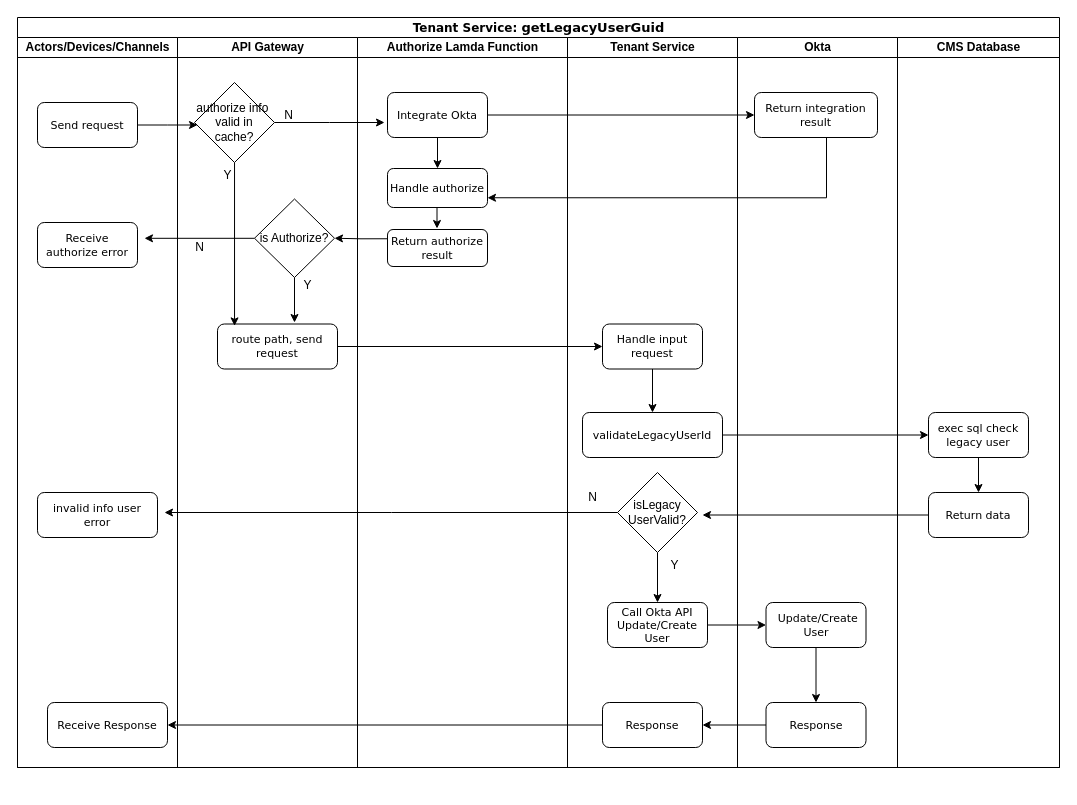
Before: DispatchTenant4.drawio in dieunguyen2003/deploycode, a draw.io diagram. Source tidied: cells renumbered, new cells numbered last; positions are measured from the earlier drawing's top-left corner, leaving out a move shared by most shapes. Both pictures are drawn from the tidied source at 100%, with x=0, y=0 at pixel (17, 17).
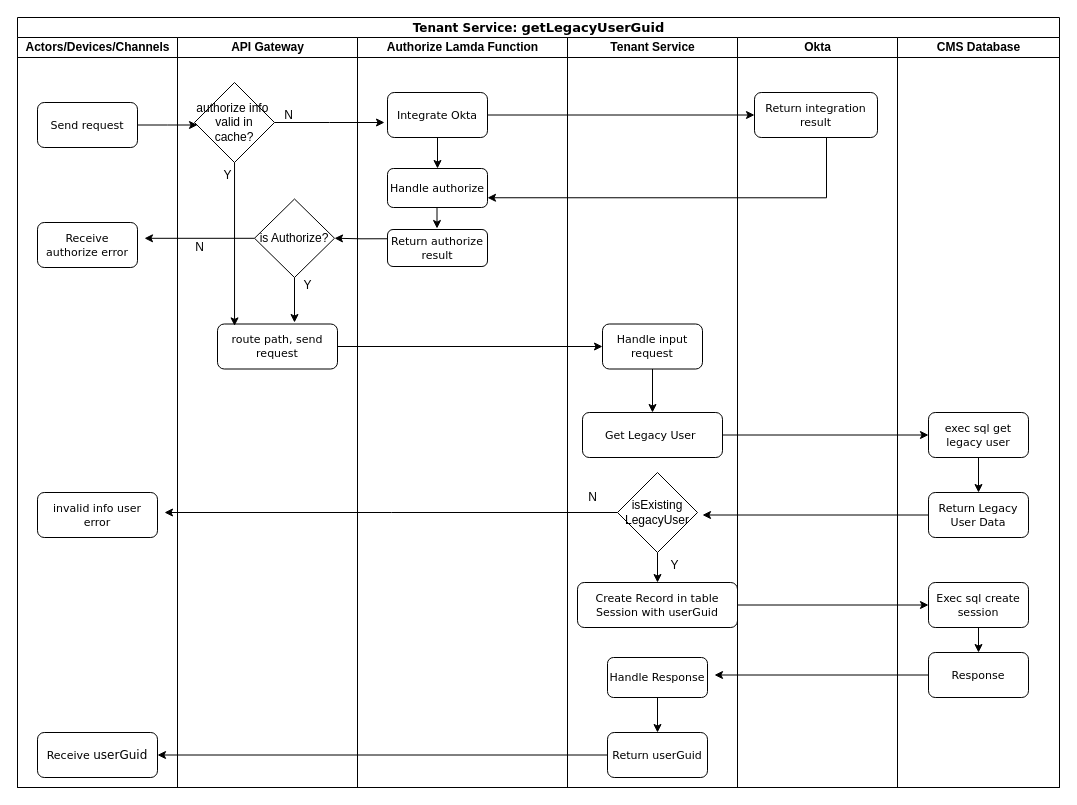
The same diagram, later.

What changed in the source:
```diff
@@
     <mxCell id="2" value="&lt;font style=&quot;font-size: 12px;&quot;&gt;Tenant Service:&amp;nbsp;&lt;/font&gt;&lt;font style=&quot;font-size: 13px;&quot;&gt;getLegacyUserGuid&lt;/font&gt;" style="swimlane;html=1;startSize=20;rounded=0;shadow=0;labelBackgroundColor=none;strokeWidth=1;fontFamily=Verdana;fontSize=8;align=center;" parent="1" vertex="1">
-      <mxGeometry width="1042" height="750" as="geometry" />
+      <mxGeometry width="1042" height="770" as="geometry" />
     </mxCell>
     <mxCell id="3" value="Actors/Devices/Channels" style="swimlane;html=1;startSize=20;" parent="2" vertex="1">
-      <mxGeometry y="20" width="160" height="730" as="geometry" />
+      <mxGeometry y="20" width="160" height="750" as="geometry" />
     </mxCell>
@@
-    <mxCell id="7" value="&lt;span style=&quot;font-size: 11px;&quot;&gt;Receive Response&lt;/span&gt;" style="rounded=1;whiteSpace=wrap;html=1;shadow=0;labelBackgroundColor=none;strokeWidth=1;fontFamily=Verdana;fontSize=8;align=center;" parent="3" vertex="1">
-      <mxGeometry x="30" y="665" width="120" height="45" as="geometry" />
+    <mxCell id="7" value="&lt;span style=&quot;font-size: 11px;&quot;&gt;Receive&amp;nbsp;&lt;/span&gt;&lt;font style=&quot;font-size: 12px;&quot;&gt;userGuid&lt;/font&gt;" style="rounded=1;whiteSpace=wrap;html=1;shadow=0;labelBackgroundColor=none;strokeWidth=1;fontFamily=Verdana;fontSize=8;align=center;" parent="3" vertex="1">
+      <mxGeometry x="20" y="695" width="120" height="45" as="geometry" />
     </mxCell>
@@
     <mxCell id="9" value="API Gateway" style="swimlane;html=1;startSize=20;" parent="2" vertex="1">
-      <mxGeometry x="160" y="20" width="180" height="730" as="geometry" />
+      <mxGeometry x="160" y="20" width="180" height="750" as="geometry" />
     </mxCell>
@@
     <mxCell id="21" value="Authorize Lamda Function" style="swimlane;html=1;startSize=20;" parent="2" vertex="1">
-      <mxGeometry x="340" y="20" width="210" height="730" as="geometry" />
+      <mxGeometry x="340" y="20" width="210" height="750" as="geometry" />
     </mxCell>
@@
     <mxCell id="27" value="Tenant Service" style="swimlane;html=1;startSize=20;" parent="2" vertex="1">
-      <mxGeometry x="550" y="20" width="170" height="730" as="geometry" />
+      <mxGeometry x="550" y="20" width="170" height="750" as="geometry" />
     </mxCell>
@@
-    <mxCell id="30" value="&lt;font style=&quot;font-size: 11px;&quot;&gt;validateLegacyUserId&lt;/font&gt;" style="rounded=1;whiteSpace=wrap;html=1;shadow=0;labelBackgroundColor=none;strokeWidth=1;fontFamily=Verdana;fontSize=8;align=center;" parent="27" vertex="1">
+    <mxCell id="30" value="&lt;font style=&quot;font-size: 11px;&quot;&gt;Get Legacy User&amp;nbsp;&lt;/font&gt;" style="rounded=1;whiteSpace=wrap;html=1;shadow=0;labelBackgroundColor=none;strokeWidth=1;fontFamily=Verdana;fontSize=8;align=center;" parent="27" vertex="1">
       <mxGeometry x="15" y="375" width="140" height="45" as="geometry" />
     </mxCell>
@@
-    <mxCell id="33" value="isLegacy&lt;br&gt;UserValid?" style="rhombus;whiteSpace=wrap;html=1;" parent="27" vertex="1">
+    <mxCell id="33" value="isExisting&lt;br&gt;LegacyUser" style="rhombus;whiteSpace=wrap;html=1;" parent="27" vertex="1">
       <mxGeometry x="50" y="435" width="80" height="80" as="geometry" />
     </mxCell>
-    <mxCell id="34" value="&lt;font style=&quot;font-size: 11px;&quot;&gt;Call Okta API Update/Create User&lt;/font&gt;" style="rounded=1;whiteSpace=wrap;html=1;shadow=0;labelBackgroundColor=none;strokeWidth=1;fontFamily=Verdana;fontSize=8;align=center;" parent="27" vertex="1">
-      <mxGeometry x="40" y="565" width="100" height="45" as="geometry" />
+    <mxCell id="34" value="&lt;font style=&quot;font-size: 11px;&quot;&gt;Create Record in table Session with&amp;nbsp;userGuid&lt;/font&gt;" style="rounded=1;whiteSpace=wrap;html=1;shadow=0;labelBackgroundColor=none;strokeWidth=1;fontFamily=Verdana;fontSize=8;align=center;" parent="27" vertex="1">
+      <mxGeometry x="10" y="545" width="160" height="45" as="geometry" />
     </mxCell>
+    <mxCell id="56" style="edgeStyle=orthogonalEdgeStyle;rounded=0;jettySize=auto;html=1;entryX=0.5;entryY=0;entryDx=0;entryDy=0;" parent="27" edge="1" source="35" target="57">
+      <mxGeometry relative="1" as="geometry" />
+    </mxCell>
-    <mxCell id="35" value="&lt;span style=&quot;font-size: 11px;&quot;&gt;Response&lt;/span&gt;" style="rounded=1;whiteSpace=wrap;html=1;shadow=0;labelBackgroundColor=none;strokeWidth=1;fontFamily=Verdana;fontSize=8;align=center;" parent="27" vertex="1">
-      <mxGeometry x="35" y="665" width="100" height="45" as="geometry" />
+    <mxCell id="35" value="&lt;span style=&quot;font-size: 11px;&quot;&gt;Handle Response&lt;/span&gt;" style="rounded=1;whiteSpace=wrap;html=1;shadow=0;labelBackgroundColor=none;strokeWidth=1;fontFamily=Verdana;fontSize=8;align=center;" parent="27" vertex="1">
+      <mxGeometry x="40" y="620" width="100" height="40" as="geometry" />
     </mxCell>
@@
+    <mxCell id="57" value="&lt;font style=&quot;font-size: 11px;&quot;&gt;Return&amp;nbsp;&lt;font style=&quot;font-size: 11px;&quot;&gt;userGuid&lt;/font&gt;&lt;/font&gt;" style="rounded=1;whiteSpace=wrap;html=1;shadow=0;labelBackgroundColor=none;strokeWidth=1;fontFamily=Verdana;fontSize=8;align=center;" parent="27" vertex="1">
+      <mxGeometry x="40" y="695" width="100" height="45" as="geometry" />
+    </mxCell>
     <mxCell id="37" value="Okta" style="swimlane;html=1;startSize=20;" parent="2" vertex="1">
-      <mxGeometry x="720" y="20" width="160" height="730" as="geometry" />
+      <mxGeometry x="720" y="20" width="160" height="750" as="geometry" />
     </mxCell>
@@
-    <mxCell id="39" style="edgeStyle=orthogonalEdgeStyle;rounded=0;jettySize=auto;html=1;entryX=0.5;entryY=0;entryDx=0;entryDy=0;" parent="37" edge="1" source="40" target="41">
-      <mxGeometry relative="1" as="geometry" />
-    </mxCell>
-    <mxCell id="40" value="&lt;font style=&quot;font-size: 11px;&quot;&gt;&amp;nbsp;Update/Create User&lt;/font&gt;" style="rounded=1;whiteSpace=wrap;html=1;shadow=0;labelBackgroundColor=none;strokeWidth=1;fontFamily=Verdana;fontSize=8;align=center;" parent="37" vertex="1">
-      <mxGeometry x="28.5" y="565" width="100" height="45" as="geometry" />
-    </mxCell>
-    <mxCell id="41" value="&lt;span style=&quot;font-size: 11px;&quot;&gt;Response&lt;/span&gt;" style="rounded=1;whiteSpace=wrap;html=1;shadow=0;labelBackgroundColor=none;strokeWidth=1;fontFamily=Verdana;fontSize=8;align=center;" parent="37" vertex="1">
-      <mxGeometry x="28.5" y="665" width="100" height="45" as="geometry" />
-    </mxCell>
@@
     <mxCell id="44" value="CMS Database" style="swimlane;html=1;startSize=20;" parent="2" vertex="1">
-      <mxGeometry x="880" y="20" width="162" height="730" as="geometry" />
+      <mxGeometry x="880" y="20" width="162" height="750" as="geometry" />
     </mxCell>
@@
-    <mxCell id="46" value="&lt;span style=&quot;font-size: 11px;&quot;&gt;exec sql check legacy user&lt;/span&gt;" style="rounded=1;whiteSpace=wrap;html=1;shadow=0;labelBackgroundColor=none;strokeWidth=1;fontFamily=Verdana;fontSize=8;align=center;" parent="44" vertex="1">
+    <mxCell id="46" value="&lt;span style=&quot;font-size: 11px;&quot;&gt;exec sql get legacy user&lt;/span&gt;" style="rounded=1;whiteSpace=wrap;html=1;shadow=0;labelBackgroundColor=none;strokeWidth=1;fontFamily=Verdana;fontSize=8;align=center;" parent="44" vertex="1">
       <mxGeometry x="31" y="375" width="100" height="45" as="geometry" />
     </mxCell>
-    <mxCell id="47" value="&lt;font style=&quot;font-size: 11px;&quot;&gt;Return data&lt;/font&gt;" style="rounded=1;whiteSpace=wrap;html=1;shadow=0;labelBackgroundColor=none;strokeWidth=1;fontFamily=Verdana;fontSize=8;align=center;" parent="44" vertex="1">
+    <mxCell id="47" value="&lt;font style=&quot;font-size: 11px;&quot;&gt;Return Legacy User Data&lt;/font&gt;" style="rounded=1;whiteSpace=wrap;html=1;shadow=0;labelBackgroundColor=none;strokeWidth=1;fontFamily=Verdana;fontSize=8;align=center;" parent="44" vertex="1">
       <mxGeometry x="31" y="455" width="100" height="45" as="geometry" />
     </mxCell>
+    <mxCell id="58" style="edgeStyle=orthogonalEdgeStyle;rounded=0;jettySize=auto;html=1;entryX=0.5;entryY=0;entryDx=0;entryDy=0;" parent="44" edge="1" source="59" target="41">
+      <mxGeometry relative="1" as="geometry" />
+    </mxCell>
+    <mxCell id="59" value="&lt;span style=&quot;font-size: 11px;&quot;&gt;Exec sql create session&lt;/span&gt;" style="rounded=1;whiteSpace=wrap;html=1;shadow=0;labelBackgroundColor=none;strokeWidth=1;fontFamily=Verdana;fontSize=8;align=center;" parent="44" vertex="1">
+      <mxGeometry x="31" y="545" width="100" height="45" as="geometry" />
+    </mxCell>
+    <mxCell id="60" style="edgeStyle=orthogonalEdgeStyle;rounded=0;jettySize=auto;html=1;" parent="44" edge="1" source="41">
+      <mxGeometry relative="1" as="geometry">
+        <mxPoint x="-183" y="637.5" as="targetPoint" />
+      </mxGeometry>
+    </mxCell>
+    <mxCell id="41" value="&lt;span style=&quot;font-size: 11px;&quot;&gt;Response&lt;/span&gt;" style="rounded=1;whiteSpace=wrap;html=1;shadow=0;labelBackgroundColor=none;strokeWidth=1;fontFamily=Verdana;fontSize=8;align=center;" parent="44" vertex="1">
+      <mxGeometry x="31" y="615" width="100" height="45" as="geometry" />
+    </mxCell>
@@
-    <mxCell id="52" style="edgeStyle=orthogonalEdgeStyle;rounded=0;jettySize=auto;html=1;" parent="2" edge="1" source="34" target="40">
+    <mxCell id="52" style="edgeStyle=orthogonalEdgeStyle;rounded=0;jettySize=auto;html=1;entryX=0;entryY=0.5;entryDx=0;entryDy=0;" parent="2" edge="1" source="34" target="59">
       <mxGeometry relative="1" as="geometry" />
     </mxCell>
-    <mxCell id="53" style="edgeStyle=orthogonalEdgeStyle;rounded=0;jettySize=auto;html=1;" parent="2" edge="1" source="41" target="35">
-      <mxGeometry relative="1" as="geometry" />
-    </mxCell>
-    <mxCell id="54" style="edgeStyle=orthogonalEdgeStyle;rounded=0;jettySize=auto;html=1;" parent="2" edge="1" source="35" target="7">
-      <mxGeometry relative="1" as="geometry" />
-    </mxCell>
+    <mxCell id="61" style="edgeStyle=orthogonalEdgeStyle;rounded=0;jettySize=auto;html=1;entryX=1;entryY=0.5;entryDx=0;entryDy=0;" parent="2" edge="1" source="57" target="7">
+      <mxGeometry relative="1" as="geometry" />
+    </mxCell>
```
